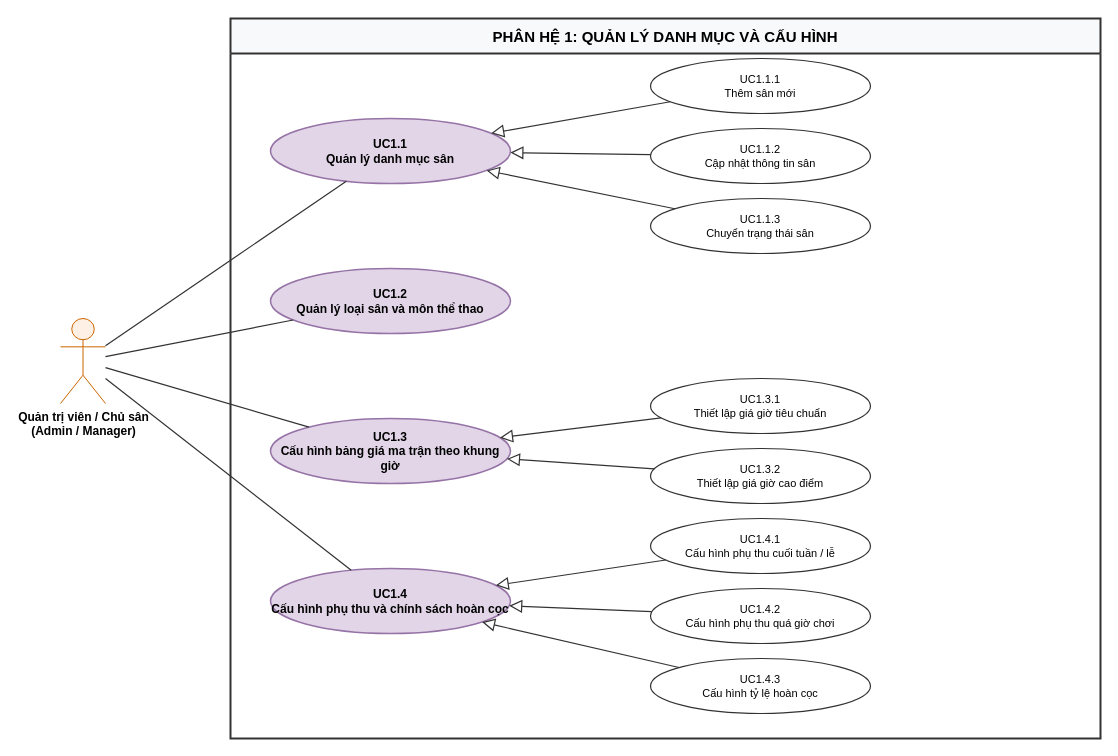
The draw.io diagram page "01_PH1_DanhMuc_CauHinh" (2 of 6) of BTH/BTH3_UsecaseDiagram/DoAn_OOAD_UseCaseDiagram.drawio in nphat-code/DoAn-OOAD-SGU, before the edit. Source tidied: cells renumbered, new cells numbered last; positions are measured from the earlier drawing's top-left corner, leaving out a move shared by most shapes. Both pictures are drawn from the tidied source at 100%, with x=0, y=0 at pixel (60, 18).
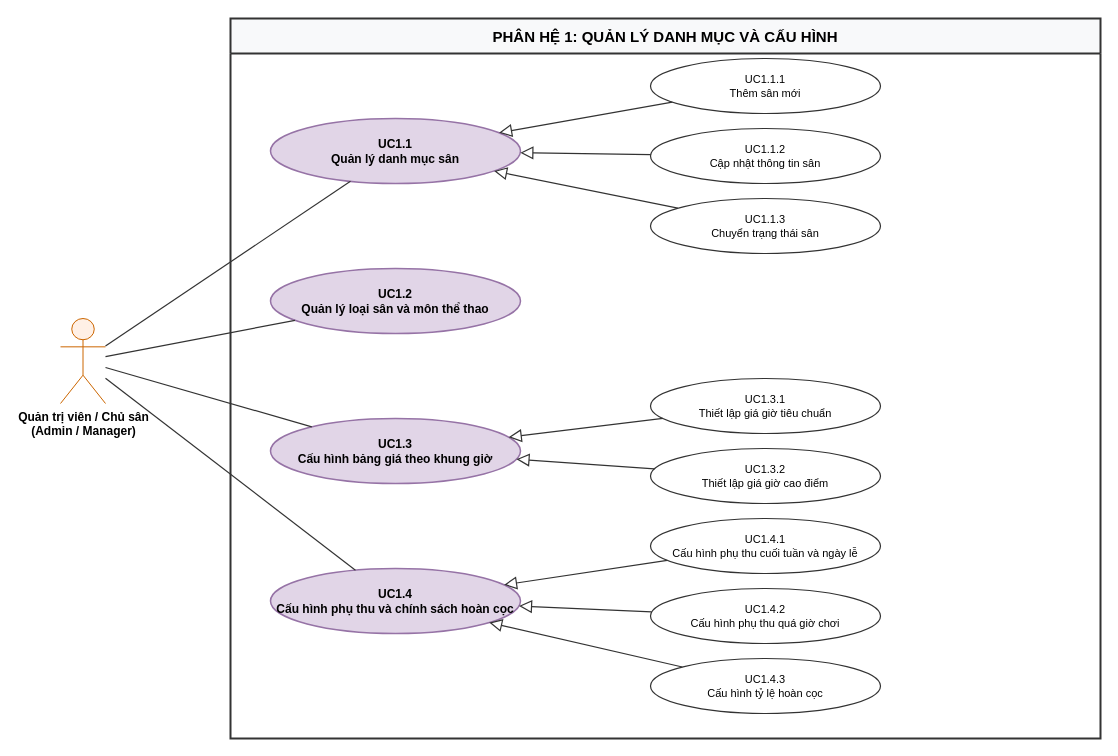
The same diagram, later.

Diff of the diagram source:
```diff
@@
     <mxCell id="4" value="UC1.1&#10;Quản lý danh mục sân" style="ellipse;whiteSpace=wrap;html=1;fillColor=#E1D5E7;strokeColor=#9673A6;strokeWidth=1.5;fontFamily=Helvetica;fontSize=12;fontStyle=1;" parent="1" vertex="1">
-      <mxGeometry x="210" y="100" width="240" height="65" as="geometry" />
+      <mxGeometry x="210" y="100" width="250" height="65" as="geometry" />
     </mxCell>
     <mxCell id="5" value="UC1.2&#10;Quản lý loại sân và môn thể thao" style="ellipse;whiteSpace=wrap;html=1;fillColor=#E1D5E7;strokeColor=#9673A6;strokeWidth=1.5;fontFamily=Helvetica;fontSize=12;fontStyle=1;" parent="1" vertex="1">
-      <mxGeometry x="210" y="250" width="240" height="65" as="geometry" />
+      <mxGeometry x="210" y="250" width="250" height="65" as="geometry" />
     </mxCell>
-    <mxCell id="6" value="UC1.3&#10;Cấu hình bảng giá ma trận theo khung giờ" style="ellipse;whiteSpace=wrap;html=1;fillColor=#E1D5E7;strokeColor=#9673A6;strokeWidth=1.5;fontFamily=Helvetica;fontSize=12;fontStyle=1;" parent="1" vertex="1">
-      <mxGeometry x="210" y="400" width="240" height="65" as="geometry" />
+    <mxCell id="6" value="UC1.3&#10;Cấu hình bảng giá theo khung giờ" style="ellipse;whiteSpace=wrap;html=1;fillColor=#E1D5E7;strokeColor=#9673A6;strokeWidth=1.5;fontFamily=Helvetica;fontSize=12;fontStyle=1;" parent="1" vertex="1">
+      <mxGeometry x="210" y="400" width="250" height="65" as="geometry" />
     </mxCell>
     <mxCell id="7" value="UC1.4&#10;Cấu hình phụ thu và chính sách hoàn cọc" style="ellipse;whiteSpace=wrap;html=1;fillColor=#E1D5E7;strokeColor=#9673A6;strokeWidth=1.5;fontFamily=Helvetica;fontSize=12;fontStyle=1;" parent="1" vertex="1">
-      <mxGeometry x="210" y="550" width="240" height="65" as="geometry" />
+      <mxGeometry x="210" y="550" width="250" height="65" as="geometry" />
     </mxCell>
     <mxCell id="8" value="UC1.1.1&#10;Thêm sân mới" style="ellipse;whiteSpace=wrap;html=1;fillColor=#FFFFFF;strokeColor=#333333;strokeWidth=1.2;fontFamily=Helvetica;fontSize=11;" parent="1" vertex="1">
-      <mxGeometry x="590" y="40" width="220" height="55" as="geometry" />
+      <mxGeometry x="590" y="40" width="230" height="55" as="geometry" />
     </mxCell>
     <mxCell id="9" value="UC1.1.2&#10;Cập nhật thông tin sân" style="ellipse;whiteSpace=wrap;html=1;fillColor=#FFFFFF;strokeColor=#333333;strokeWidth=1.2;fontFamily=Helvetica;fontSize=11;" parent="1" vertex="1">
-      <mxGeometry x="590" y="110" width="220" height="55" as="geometry" />
+      <mxGeometry x="590" y="110" width="230" height="55" as="geometry" />
     </mxCell>
     <mxCell id="10" value="UC1.1.3&#10;Chuyển trạng thái sân" style="ellipse;whiteSpace=wrap;html=1;fillColor=#FFFFFF;strokeColor=#333333;strokeWidth=1.2;fontFamily=Helvetica;fontSize=11;" parent="1" vertex="1">
-      <mxGeometry x="590" y="180" width="220" height="55" as="geometry" />
+      <mxGeometry x="590" y="180" width="230" height="55" as="geometry" />
     </mxCell>
     <mxCell id="11" value="UC1.3.1&#10;Thiết lập giá giờ tiêu chuẩn" style="ellipse;whiteSpace=wrap;html=1;fillColor=#FFFFFF;strokeColor=#333333;strokeWidth=1.2;fontFamily=Helvetica;fontSize=11;" parent="1" vertex="1">
-      <mxGeometry x="590" y="360" width="220" height="55" as="geometry" />
+      <mxGeometry x="590" y="360" width="230" height="55" as="geometry" />
     </mxCell>
     <mxCell id="12" value="UC1.3.2&#10;Thiết lập giá giờ cao điểm" style="ellipse;whiteSpace=wrap;html=1;fillColor=#FFFFFF;strokeColor=#333333;strokeWidth=1.2;fontFamily=Helvetica;fontSize=11;" parent="1" vertex="1">
-      <mxGeometry x="590" y="430" width="220" height="55" as="geometry" />
+      <mxGeometry x="590" y="430" width="230" height="55" as="geometry" />
     </mxCell>
-    <mxCell id="13" value="UC1.4.1&#10;Cấu hình phụ thu cuối tuần / lễ" style="ellipse;whiteSpace=wrap;html=1;fillColor=#FFFFFF;strokeColor=#333333;strokeWidth=1.2;fontFamily=Helvetica;fontSize=11;" parent="1" vertex="1">
-      <mxGeometry x="590" y="500" width="220" height="55" as="geometry" />
+    <mxCell id="13" value="UC1.4.1&#10;Cấu hình phụ thu cuối tuần và ngày lễ" style="ellipse;whiteSpace=wrap;html=1;fillColor=#FFFFFF;strokeColor=#333333;strokeWidth=1.2;fontFamily=Helvetica;fontSize=11;" parent="1" vertex="1">
+      <mxGeometry x="590" y="500" width="230" height="55" as="geometry" />
     </mxCell>
     <mxCell id="14" value="UC1.4.2&#10;Cấu hình phụ thu quá giờ chơi" style="ellipse;whiteSpace=wrap;html=1;fillColor=#FFFFFF;strokeColor=#333333;strokeWidth=1.2;fontFamily=Helvetica;fontSize=11;" parent="1" vertex="1">
-      <mxGeometry x="590" y="570" width="220" height="55" as="geometry" />
+      <mxGeometry x="590" y="570" width="230" height="55" as="geometry" />
     </mxCell>
     <mxCell id="15" value="UC1.4.3&#10;Cấu hình tỷ lệ hoàn cọc" style="ellipse;whiteSpace=wrap;html=1;fillColor=#FFFFFF;strokeColor=#333333;strokeWidth=1.2;fontFamily=Helvetica;fontSize=11;" parent="1" vertex="1">
-      <mxGeometry x="590" y="640" width="220" height="55" as="geometry" />
+      <mxGeometry x="590" y="640" width="230" height="55" as="geometry" />
     </mxCell>
```
